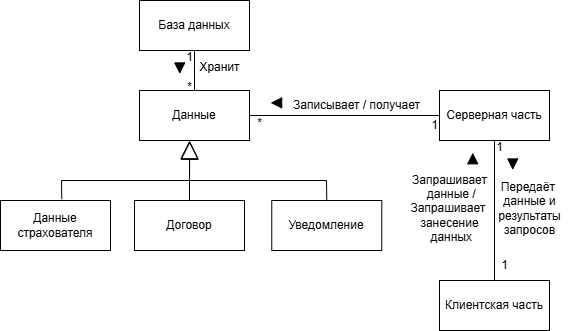
Before: src/main/resources/documentation/Контекстная диаграмма классов.drawio.png, a diagram exported from draw.io (VladBaton/vlk). Source tidied: cells renumbered, new cells last; positions are measured from the earlier drawing's top-left corner, leaving out a move shared by most shapes. Its diagram source:
```xml
<mxGraphModel>
  <root>
    <mxCell id="0" />
    <mxCell id="1" parent="0" />
    <mxCell id="2" value="База данных" style="html=1;whiteSpace=wrap;" parent="1" vertex="1">
      <mxGeometry x="139" width="110" height="50" as="geometry" />
    </mxCell>
    <mxCell id="3" value="Данные страхователя" style="html=1;whiteSpace=wrap;" parent="1" vertex="1">
      <mxGeometry y="200" width="110" height="50" as="geometry" />
    </mxCell>
    <mxCell id="4" value="Уведомление" style="html=1;whiteSpace=wrap;" parent="1" vertex="1">
      <mxGeometry x="271.3" y="200" width="110" height="50" as="geometry" />
    </mxCell>
    <mxCell id="5" style="verticalLabelPosition=bottom;verticalAlign=top;html=1;shape=mxgraph.basic.acute_triangle;dx=0.5;rotation=-180;fillColor=#000000;" parent="1" vertex="1">
      <mxGeometry x="174.3" y="62.4" width="10" height="10" as="geometry" />
    </mxCell>
    <mxCell id="6" value="Данные" style="html=1;whiteSpace=wrap;" parent="1" vertex="1">
      <mxGeometry x="139" y="90" width="110" height="50" as="geometry" />
    </mxCell>
    <mxCell id="7" style="endArrow=none;html=1;rounded=0;entryX=0.5;entryY=1;entryDx=0;entryDy=0;exitX=0.5;exitY=0;exitDx=0;exitDy=0;" parent="1" edge="1" source="6" target="2">
      <mxGeometry relative="1" as="geometry" />
    </mxCell>
    <mxCell id="8" style="endArrow=block;endSize=16;endFill=0;html=1;rounded=0;exitX=0.557;exitY=-0.026;exitDx=0;exitDy=0;entryX=0.457;entryY=1.017;entryDx=0;entryDy=0;exitPerimeter=0;entryPerimeter=0;" parent="1" edge="1" source="3" target="6">
      <mxGeometry relative="1" as="geometry">
        <Array as="points">
          <mxPoint x="61" y="180" />
          <mxPoint x="189" y="180" />
        </Array>
      </mxGeometry>
    </mxCell>
    <mxCell id="9" style="endArrow=block;endSize=16;endFill=0;html=1;rounded=0;exitX=0.5;exitY=0;exitDx=0;exitDy=0;" parent="1" edge="1" source="4">
      <mxGeometry relative="1" as="geometry">
        <mxPoint x="189" y="140" as="targetPoint" />
        <Array as="points">
          <mxPoint x="326" y="180" />
          <mxPoint x="189" y="180" />
        </Array>
      </mxGeometry>
    </mxCell>
    <mxCell id="10" value="Хранит" style="text;html=1;align=center;verticalAlign=middle;strokeColor=none;fillColor=none;" parent="1" vertex="1">
      <mxGeometry x="189" y="52.4" width="60" height="30" as="geometry" />
    </mxCell>
    <mxCell id="11" value="1" style="text;html=1;align=center;verticalAlign=middle;strokeColor=none;fillColor=none;" parent="1" vertex="1">
      <mxGeometry x="174.3" y="42.4" width="30" height="30" as="geometry" />
    </mxCell>
    <mxCell id="12" value="*" style="text;html=1;align=center;verticalAlign=middle;strokeColor=none;fillColor=none;" parent="1" vertex="1">
      <mxGeometry x="174.3" y="72.4" width="30" height="30" as="geometry" />
    </mxCell>
    <mxCell id="13" value="Серверная часть" style="html=1;whiteSpace=wrap;" parent="1" vertex="1">
      <mxGeometry x="439" y="90" width="110" height="50" as="geometry" />
    </mxCell>
    <mxCell id="14" style="endArrow=none;html=1;rounded=0;exitX=1;exitY=0.5;exitDx=0;exitDy=0;entryX=0;entryY=0.5;entryDx=0;entryDy=0;" parent="1" edge="1" source="6" target="13">
      <mxGeometry relative="1" as="geometry" />
    </mxCell>
    <mxCell id="15" style="verticalLabelPosition=bottom;verticalAlign=top;html=1;shape=mxgraph.basic.acute_triangle;dx=0.5;rotation=-90;fillColor=#000000;" parent="1" vertex="1">
      <mxGeometry x="271.3" y="97.4" width="10" height="10" as="geometry" />
    </mxCell>
    <mxCell id="16" value="Записывает / получает" style="text;html=1;align=center;verticalAlign=middle;strokeColor=none;fillColor=none;" parent="1" vertex="1">
      <mxGeometry x="281.3" y="90" width="150" height="30" as="geometry" />
    </mxCell>
    <mxCell id="17" value="1" style="text;html=1;align=center;verticalAlign=middle;strokeColor=none;fillColor=none;" parent="1" vertex="1">
      <mxGeometry x="419" y="110" width="30" height="30" as="geometry" />
    </mxCell>
    <mxCell id="18" value="*" style="text;html=1;align=center;verticalAlign=middle;strokeColor=none;fillColor=none;" parent="1" vertex="1">
      <mxGeometry x="244" y="108" width="30" height="30" as="geometry" />
    </mxCell>
    <mxCell id="19" value="Клиентская часть" style="html=1;whiteSpace=wrap;" parent="1" vertex="1">
      <mxGeometry x="439" y="280" width="110" height="50" as="geometry" />
    </mxCell>
    <mxCell id="20" style="endArrow=none;html=1;rounded=0;entryX=0.5;entryY=1;entryDx=0;entryDy=0;exitX=0.5;exitY=0;exitDx=0;exitDy=0;" parent="1" edge="1" source="19" target="13">
      <mxGeometry relative="1" as="geometry" />
    </mxCell>
    <mxCell id="21" value="1" style="text;html=1;align=center;verticalAlign=middle;strokeColor=none;fillColor=none;" parent="1" vertex="1">
      <mxGeometry x="484" y="132" width="30" height="30" as="geometry" />
    </mxCell>
    <mxCell id="22" value="1" style="text;html=1;align=center;verticalAlign=middle;strokeColor=none;fillColor=none;" parent="1" vertex="1">
      <mxGeometry x="489" y="250" width="30" height="30" as="geometry" />
    </mxCell>
    <mxCell id="23" style="verticalLabelPosition=bottom;verticalAlign=top;html=1;shape=mxgraph.basic.acute_triangle;dx=0.5;rotation=0;fillColor=#000000;" parent="1" vertex="1">
      <mxGeometry x="467.3" y="153.4" width="10" height="10" as="geometry" />
    </mxCell>
    <mxCell id="24" value="Запрашивает&lt;div&gt;&amp;nbsp;данные /&lt;div&gt;Запрашивает&amp;nbsp;&lt;/div&gt;&lt;div&gt;занесение&lt;/div&gt;&lt;div&gt;&amp;nbsp;данных&lt;/div&gt;&lt;/div&gt;" style="text;html=1;align=center;verticalAlign=middle;strokeColor=none;fillColor=none;" parent="1" vertex="1">
      <mxGeometry x="399" y="163.4" width="100" height="90" as="geometry" />
    </mxCell>
    <mxCell id="25" value="Передаёт&amp;nbsp;&lt;div&gt;данные и&lt;/div&gt;&lt;div&gt;результаты&lt;/div&gt;&lt;div&gt;запросов&lt;/div&gt;" style="text;html=1;align=center;verticalAlign=middle;strokeColor=none;fillColor=none;" parent="1" vertex="1">
      <mxGeometry x="484" y="173.4" width="90" height="70" as="geometry" />
    </mxCell>
    <mxCell id="26" style="verticalLabelPosition=bottom;verticalAlign=top;html=1;shape=mxgraph.basic.acute_triangle;dx=0.5;rotation=-180;fillColor=#000000;" parent="1" vertex="1">
      <mxGeometry x="507.3" y="158.4" width="10" height="10" as="geometry" />
    </mxCell>
    <mxCell id="27" value="Договор" style="html=1;whiteSpace=wrap;" parent="1" vertex="1">
      <mxGeometry x="134" y="200" width="110" height="50" as="geometry" />
    </mxCell>
    <mxCell id="28" style="endArrow=none;html=1;rounded=0;exitX=0.5;exitY=0;exitDx=0;exitDy=0;" parent="1" edge="1" source="27">
      <mxGeometry relative="1" as="geometry">
        <mxPoint x="189" y="180" as="targetPoint" />
      </mxGeometry>
    </mxCell>
  </root>
</mxGraphModel>
```
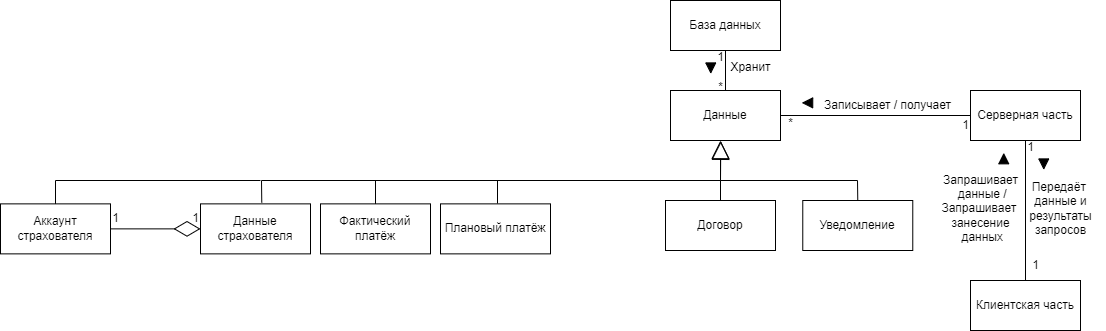
After the change.

Change to the diagram source:
```diff
@@ -6,7 +6,7 @@
       <mxGeometry x="139" width="110" height="50" as="geometry" />
     </mxCell>
     <mxCell id="3" value="Данные страхователя" style="html=1;whiteSpace=wrap;" parent="1" vertex="1">
-      <mxGeometry y="200" width="110" height="50" as="geometry" />
+      <mxGeometry x="-331" y="203.4" width="110" height="50" as="geometry" />
     </mxCell>
     <mxCell id="4" value="Уведомление" style="html=1;whiteSpace=wrap;" parent="1" vertex="1">
       <mxGeometry x="271.3" y="200" width="110" height="50" as="geometry" />
@@ -23,7 +23,7 @@
     <mxCell id="8" style="endArrow=block;endSize=16;endFill=0;html=1;rounded=0;exitX=0.557;exitY=-0.026;exitDx=0;exitDy=0;entryX=0.457;entryY=1.017;entryDx=0;entryDy=0;exitPerimeter=0;entryPerimeter=0;" parent="1" edge="1" source="3" target="6">
       <mxGeometry relative="1" as="geometry">
         <Array as="points">
-          <mxPoint x="61" y="180" />
+          <mxPoint x="-270" y="180" />
           <mxPoint x="189" y="180" />
         </Array>
       </mxGeometry>
@@ -96,5 +96,42 @@
         <mxPoint x="189" y="180" as="targetPoint" />
       </mxGeometry>
     </mxCell>
+    <mxCell id="29" value="Фактический платёж" style="html=1;whiteSpace=wrap;" parent="1" vertex="1">
+      <mxGeometry x="-211" y="203.4" width="110" height="50" as="geometry" />
+    </mxCell>
+    <mxCell id="30" value="Плановый платёж" style="html=1;whiteSpace=wrap;" parent="1" vertex="1">
+      <mxGeometry x="-91" y="203.4" width="110" height="50" as="geometry" />
+    </mxCell>
+    <mxCell id="31" value="Аккаунт страхователя" style="html=1;whiteSpace=wrap;" parent="1" vertex="1">
+      <mxGeometry x="-531" y="203.4" width="110" height="50" as="geometry" />
+    </mxCell>
+    <mxCell id="32" style="endArrow=diamondThin;html=1;rounded=0;entryX=0;entryY=0.5;entryDx=0;entryDy=0;exitX=1;exitY=0.5;exitDx=0;exitDy=0;endFill=0;endSize=24;" parent="1" edge="1" source="31" target="3">
+      <mxGeometry relative="1" as="geometry" />
+    </mxCell>
+    <mxCell id="33" value="1" style="text;html=1;align=center;verticalAlign=middle;strokeColor=none;fillColor=none;" parent="1" vertex="1">
+      <mxGeometry x="-431" y="203.4" width="30" height="30" as="geometry" />
+    </mxCell>
+    <mxCell id="34" value="1" style="text;html=1;align=center;verticalAlign=middle;strokeColor=none;fillColor=none;" parent="1" vertex="1">
+      <mxGeometry x="-351" y="203.4" width="30" height="30" as="geometry" />
+    </mxCell>
+    <mxCell id="35" style="endArrow=none;html=1;rounded=0;exitX=0.5;exitY=0;exitDx=0;exitDy=0;" parent="1" edge="1" source="31">
+      <mxGeometry relative="1" as="geometry">
+        <mxPoint x="-271" y="180" as="targetPoint" />
+        <Array as="points">
+          <mxPoint x="-476" y="180" />
+        </Array>
+      </mxGeometry>
+    </mxCell>
+    <mxCell id="36" style="endArrow=none;html=1;rounded=0;exitX=0.5;exitY=0;exitDx=0;exitDy=0;" parent="1" edge="1" source="29">
+      <mxGeometry relative="1" as="geometry">
+        <mxPoint x="-156" y="180" as="targetPoint" />
+      </mxGeometry>
+    </mxCell>
+    <mxCell id="37" style="endArrow=none;html=1;rounded=0;exitX=0.5;exitY=0;exitDx=0;exitDy=0;" parent="1" edge="1">
+      <mxGeometry relative="1" as="geometry">
+        <mxPoint x="-34" y="203" as="sourcePoint" />
+        <mxPoint x="-34" y="180" as="targetPoint" />
+      </mxGeometry>
+    </mxCell>
   </root>
 </mxGraphModel>
```
